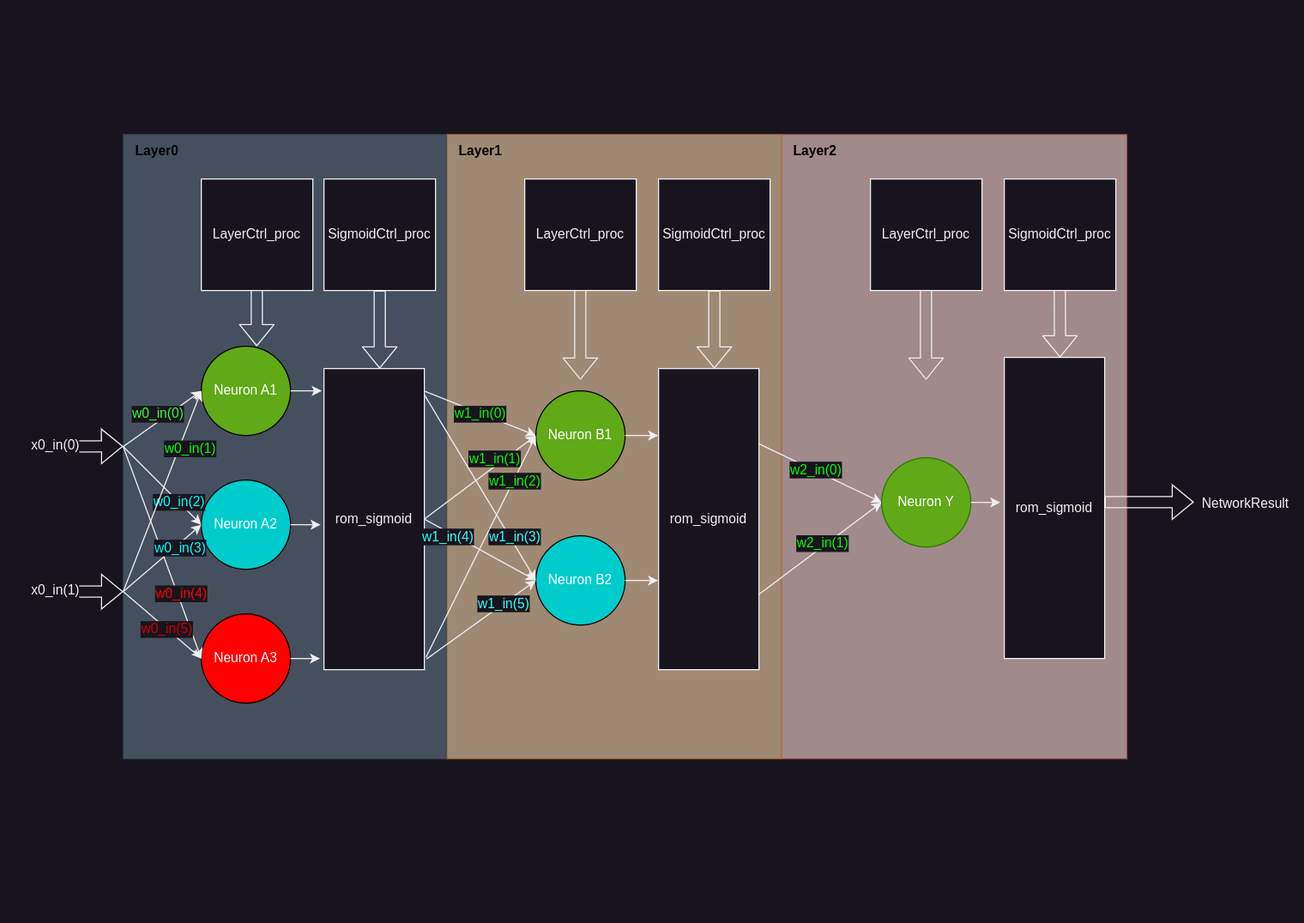
KrzysztofPr/Neural_network keeps this draw.io diagram as doc/Schematics-Neural_Network_scheme.drawio.png. Above is the earlier version. Source tidied: cells renumbered, new cells last; positions are measured from the earlier drawing's top-left corner, leaving out a move shared by most shapes.
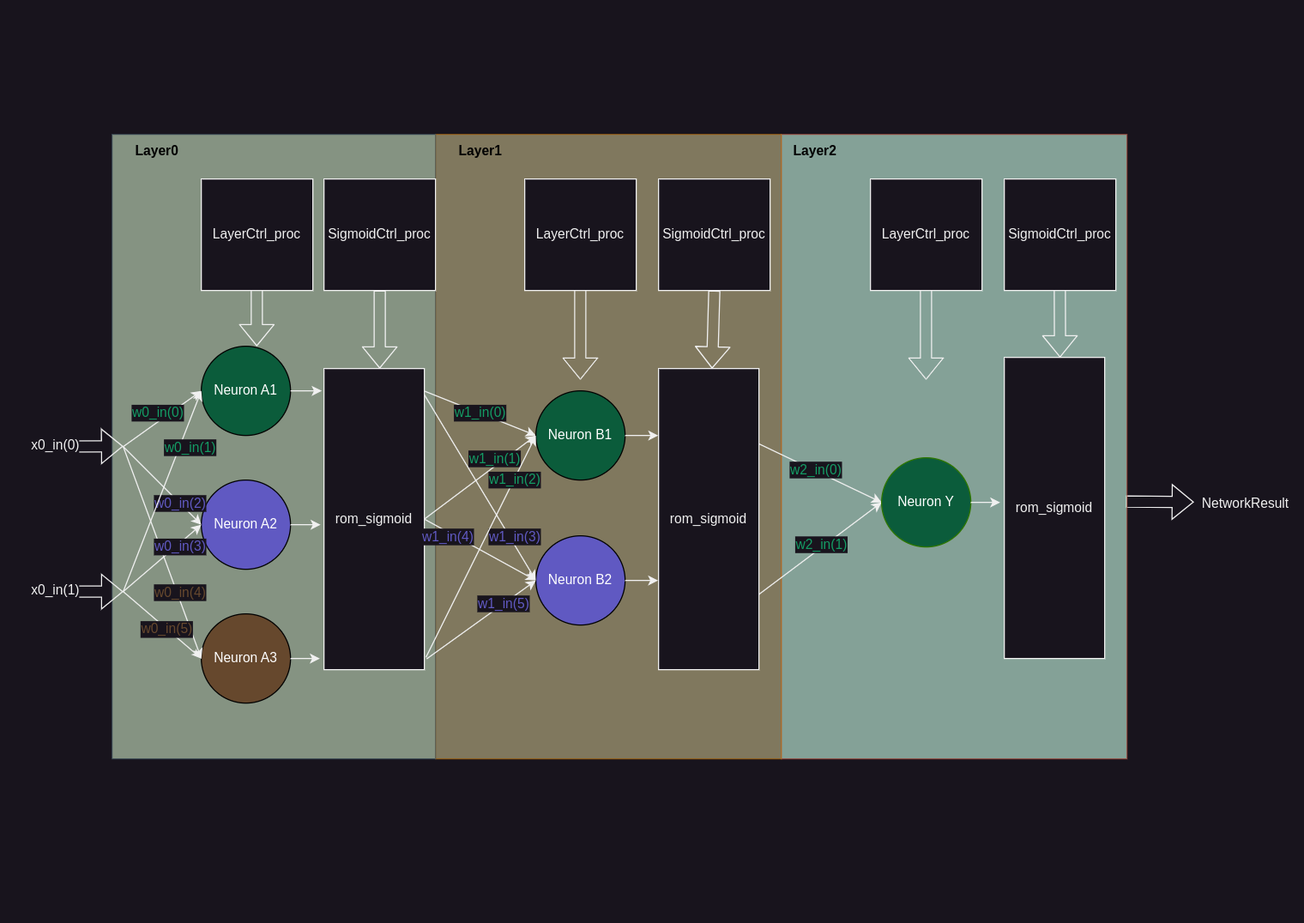
After the commit.

Change to the diagram source:
```diff
@@ -2,11 +2,16 @@
   <root>
     <mxCell id="0" />
     <mxCell id="1" parent="0" />
+    <mxCell id="67" style="shape=flexArrow;endArrow=classic;html=1;rounded=0;fontFamily=Helvetica;fontSize=12;fontColor=default;exitX=0.588;exitY=0.003;exitDx=0;exitDy=0;exitPerimeter=0;" parent="1" edge="1" source="2">
+      <mxGeometry relative="1" as="geometry">
+        <mxPoint x="1040" y="329.8" as="targetPoint" />
+      </mxGeometry>
+    </mxCell>
-    <mxCell id="2" style="rounded=0;whiteSpace=wrap;html=1;direction=south;fillColor=#fad9d5;strokeColor=#ae4132;opacity=60;" parent="1" vertex="1">
+    <mxCell id="2" style="rounded=0;whiteSpace=wrap;html=1;direction=south;fillColor=#CCFFE7;strokeColor=#ae4132;opacity=60;" parent="1" vertex="1">
       <mxGeometry x="670" width="310" height="560" as="geometry" />
     </mxCell>
-    <mxCell id="3" style="rounded=0;whiteSpace=wrap;html=1;direction=south;fillColor=#fad7ac;strokeColor=#b46504;opacity=60;" parent="1" vertex="1">
-      <mxGeometry x="370" width="300" height="560" as="geometry" />
+    <mxCell id="3" style="rounded=0;whiteSpace=wrap;html=1;direction=south;fillColor=#C4BB89;strokeColor=#b46504;opacity=60;" parent="1" vertex="1">
+      <mxGeometry x="360" width="310" height="560" as="geometry" />
     </mxCell>
     <mxCell id="4" style="shape=flexArrow;endArrow=classic;html=1;fontSize=12;exitX=0.5;exitY=1;exitDx=0;exitDy=0;" parent="1" edge="1">
       <mxGeometry relative="1" as="geometry">
@@ -14,16 +19,16 @@
         <mxPoint x="920" y="200.1" as="targetPoint" />
       </mxGeometry>
     </mxCell>
-    <mxCell id="5" style="rounded=0;whiteSpace=wrap;html=1;direction=south;fillColor=#647687;fontColor=#ffffff;strokeColor=#314354;opacity=60;" parent="1" vertex="1">
-      <mxGeometry x="80" width="290" height="560" as="geometry" />
+    <mxCell id="5" style="rounded=0;whiteSpace=wrap;html=1;direction=south;fillColor=#CDE8C5;fontColor=#ffffff;strokeColor=#314354;opacity=60;" parent="1" vertex="1">
+      <mxGeometry x="70" width="290" height="560" as="geometry" />
     </mxCell>
-    <mxCell id="6" value="Neuron A1" style="ellipse;whiteSpace=wrap;html=1;fillColor=#60a917;fontColor=#ffffff;strokeColor=#000000;" parent="1" vertex="1">
+    <mxCell id="6" value="Neuron A1" style="ellipse;whiteSpace=wrap;html=1;fillColor=#0B5C3B;fontColor=#ffffff;strokeColor=#000000;" parent="1" vertex="1">
       <mxGeometry x="150" y="190" width="80" height="80" as="geometry" />
     </mxCell>
-    <mxCell id="7" value="Neuron A2" style="ellipse;whiteSpace=wrap;html=1;fillColor=#00CCCC;fontColor=#ffffff;strokeColor=#000000;" parent="1" vertex="1">
+    <mxCell id="7" value="Neuron A2" style="ellipse;whiteSpace=wrap;html=1;fillColor=#6059C2;fontColor=#ffffff;strokeColor=#000000;" parent="1" vertex="1">
       <mxGeometry x="150" y="310" width="80" height="80" as="geometry" />
     </mxCell>
-    <mxCell id="8" value="Neuron A3" style="ellipse;whiteSpace=wrap;html=1;fillColor=#FF0000;fontColor=#ffffff;strokeColor=#000000;" parent="1" vertex="1">
+    <mxCell id="8" value="Neuron A3" style="ellipse;whiteSpace=wrap;html=1;fillColor=#66482D;fontColor=#ffffff;strokeColor=#000000;" parent="1" vertex="1">
       <mxGeometry x="150" y="430" width="80" height="80" as="geometry" />
     </mxCell>
     <mxCell id="9" style="endArrow=classic;html=1;exitX=1;exitY=0.5;exitDx=0;exitDy=0;endFill=1;" parent="1" edge="1">
@@ -32,7 +37,7 @@
         <mxPoint x="150" y="230" as="targetPoint" />
       </mxGeometry>
     </mxCell>
-    <mxCell id="10" value="&lt;font color=&quot;#33ff33&quot;&gt;w0_in(0)&lt;/font&gt;" style="edgeLabel;html=1;align=center;verticalAlign=middle;fontSize=12;" parent="9" vertex="1">
+    <mxCell id="10" value="&lt;font color=&quot;#139c64&quot;&gt;w0_in(0)&lt;/font&gt;" style="edgeLabel;html=1;align=center;verticalAlign=middle;fontSize=12;" parent="9" vertex="1">
       <mxGeometry x="-0.4" relative="1" as="geometry">
         <mxPoint x="9" y="-15" as="offset" />
       </mxGeometry>
@@ -42,7 +47,7 @@
         <mxPoint x="80" y="280" as="sourcePoint" />
       </mxGeometry>
     </mxCell>
-    <mxCell id="12" value="&lt;font color=&quot;#00ffff&quot;&gt;w0_in(2)&lt;/font&gt;" style="edgeLabel;html=1;align=center;verticalAlign=middle;fontSize=12;" parent="11" vertex="1">
+    <mxCell id="12" value="&lt;font color=&quot;#6059c2&quot;&gt;w0_in(2)&lt;/font&gt;" style="edgeLabel;html=1;align=center;verticalAlign=middle;fontSize=12;" parent="11" vertex="1">
       <mxGeometry x="0.23" relative="1" as="geometry">
         <mxPoint x="7" y="7" as="offset" />
       </mxGeometry>
@@ -52,7 +57,7 @@
         <mxPoint x="80" y="280" as="sourcePoint" />
       </mxGeometry>
     </mxCell>
-    <mxCell id="14" value="&lt;font color=&quot;#ff0000&quot;&gt;w0_in(4)&lt;/font&gt;" style="edgeLabel;html=1;align=center;verticalAlign=middle;fontSize=12;" parent="13" vertex="1">
+    <mxCell id="14" value="&lt;font color=&quot;#66482d&quot;&gt;w0_in(4)&lt;/font&gt;" style="edgeLabel;html=1;align=center;verticalAlign=middle;fontSize=12;" parent="13" vertex="1">
       <mxGeometry x="-0.13" y="2" relative="1" as="geometry">
         <mxPoint x="18" y="48" as="offset" />
       </mxGeometry>
@@ -62,7 +67,7 @@
         <mxPoint x="80" y="410" as="sourcePoint" />
       </mxGeometry>
     </mxCell>
-    <mxCell id="16" value="&lt;font color=&quot;#cc0000&quot;&gt;w0_in(5)&lt;/font&gt;" style="edgeLabel;html=1;align=center;verticalAlign=middle;fontSize=12;" parent="15" vertex="1">
+    <mxCell id="16" value="&lt;font color=&quot;#66482d&quot;&gt;w0_in(5)&lt;/font&gt;" style="edgeLabel;html=1;align=center;verticalAlign=middle;fontSize=12;" parent="15" vertex="1">
       <mxGeometry x="0.08" y="1" relative="1" as="geometry">
         <mxPoint y="2" as="offset" />
       </mxGeometry>
@@ -72,7 +77,7 @@
         <mxPoint x="80" y="410" as="sourcePoint" />
       </mxGeometry>
     </mxCell>
-    <mxCell id="18" value="&lt;font color=&quot;#00ffff&quot;&gt;w0_in(3)&lt;/font&gt;" style="edgeLabel;html=1;align=center;verticalAlign=middle;fontSize=12;" parent="17" vertex="1">
+    <mxCell id="18" value="&lt;font color=&quot;#6059c2&quot;&gt;w0_in(3)&lt;/font&gt;" style="edgeLabel;html=1;align=center;verticalAlign=middle;fontSize=12;" parent="17" vertex="1">
       <mxGeometry x="0.3" y="-1" relative="1" as="geometry">
         <mxPoint x="4" y="-2" as="offset" />
       </mxGeometry>
@@ -82,7 +87,7 @@
         <mxPoint x="80" y="410" as="sourcePoint" />
       </mxGeometry>
     </mxCell>
-    <mxCell id="20" value="&lt;font color=&quot;#00ff00&quot;&gt;w0_in(1)&lt;/font&gt;" style="edgeLabel;html=1;align=center;verticalAlign=middle;fontSize=12;" parent="19" vertex="1">
+    <mxCell id="20" value="&lt;font color=&quot;#139c64&quot;&gt;w0_in(1)&lt;/font&gt;" style="edgeLabel;html=1;align=center;verticalAlign=middle;fontSize=12;" parent="19" vertex="1">
       <mxGeometry x="-0.3" y="1" relative="1" as="geometry">
         <mxPoint x="36" y="-66" as="offset" />
       </mxGeometry>
@@ -99,7 +104,7 @@
     <mxCell id="23" style="rounded=0;jettySize=auto;html=1;exitX=0.075;exitY=-0.002;exitDx=0;exitDy=0;entryX=0;entryY=0.5;entryDx=0;entryDy=0;exitPerimeter=0;" parent="1" edge="1" source="28" target="35">
       <mxGeometry relative="1" as="geometry" />
     </mxCell>
-    <mxCell id="24" value="&lt;font color=&quot;#00ff00&quot;&gt;w1_in(0)&lt;/font&gt;" style="edgeLabel;html=1;align=center;verticalAlign=middle;fontSize=12;fontFamily=Helvetica;fontColor=default;" parent="23" vertex="1">
+    <mxCell id="24" value="&lt;font color=&quot;#139c64&quot;&gt;w1_in(0)&lt;/font&gt;" style="edgeLabel;html=1;align=center;verticalAlign=middle;fontSize=12;fontFamily=Helvetica;fontColor=default;" parent="23" vertex="1">
       <mxGeometry x="-0.02" relative="1" as="geometry" />
     </mxCell>
     <mxCell id="25" style="rounded=0;jettySize=auto;html=1;exitX=0.5;exitY=0;exitDx=0;exitDy=0;" parent="1" edge="1" source="28">
@@ -107,7 +112,7 @@
         <mxPoint x="450" y="270" as="targetPoint" />
       </mxGeometry>
     </mxCell>
-    <mxCell id="26" value="&lt;font color=&quot;#00ff00&quot;&gt;w1_in(1)&lt;/font&gt;" style="edgeLabel;html=1;align=center;verticalAlign=middle;fontSize=12;fontFamily=Helvetica;fontColor=default;" parent="25" vertex="1">
+    <mxCell id="26" value="&lt;font color=&quot;#139c64&quot;&gt;w1_in(1)&lt;/font&gt;" style="edgeLabel;html=1;align=center;verticalAlign=middle;fontSize=12;fontFamily=Helvetica;fontColor=default;" parent="25" vertex="1">
       <mxGeometry x="0.26" y="1" relative="1" as="geometry">
         <mxPoint y="-7" as="offset" />
       </mxGeometry>
@@ -138,10 +143,10 @@
     <mxCell id="34" value="LayerCtrl_proc" style="whiteSpace=wrap;html=1;fontSize=12;" parent="1" vertex="1">
       <mxGeometry x="150" y="40" width="100" height="100" as="geometry" />
     </mxCell>
-    <mxCell id="35" value="Neuron B1" style="ellipse;whiteSpace=wrap;html=1;fillColor=#60a917;fontColor=#ffffff;strokeColor=#000000;" parent="1" vertex="1">
+    <mxCell id="35" value="Neuron B1" style="ellipse;whiteSpace=wrap;html=1;fillColor=#0B5C3B;fontColor=#ffffff;strokeColor=#000000;" parent="1" vertex="1">
       <mxGeometry x="450" y="230" width="80" height="80" as="geometry" />
     </mxCell>
-    <mxCell id="36" value="Neuron B2" style="ellipse;whiteSpace=wrap;html=1;fillColor=#00CCCC;fontColor=#ffffff;strokeColor=#000000;" parent="1" vertex="1">
+    <mxCell id="36" value="Neuron B2" style="ellipse;whiteSpace=wrap;html=1;fillColor=#6059C2;fontColor=#ffffff;strokeColor=#000000;" parent="1" vertex="1">
       <mxGeometry x="450" y="360" width="80" height="80" as="geometry" />
     </mxCell>
     <mxCell id="37" style="shape=flexArrow;endArrow=classic;html=1;fontSize=12;exitX=0.5;exitY=1;exitDx=0;exitDy=0;entryX=0.393;entryY=0.581;entryDx=0;entryDy=0;entryPerimeter=0;" parent="1" edge="1">
@@ -156,7 +161,7 @@
     <mxCell id="39" style="rounded=0;jettySize=auto;html=1;exitX=0.25;exitY=0;exitDx=0;exitDy=0;entryX=0;entryY=0.5;entryDx=0;entryDy=0;" parent="1" edge="1" source="42" target="53">
       <mxGeometry relative="1" as="geometry" />
     </mxCell>
-    <mxCell id="40" value="&lt;font color=&quot;#00ff00&quot;&gt;w2_in(0)&lt;/font&gt;" style="edgeLabel;html=1;align=center;verticalAlign=middle;fontSize=12;fontFamily=Helvetica;fontColor=default;" parent="39" vertex="1">
+    <mxCell id="40" value="&lt;font color=&quot;#139c64&quot;&gt;w2_in(0)&lt;/font&gt;" style="edgeLabel;html=1;align=center;verticalAlign=middle;fontSize=12;fontFamily=Helvetica;fontColor=default;" parent="39" vertex="1">
       <mxGeometry x="-0.1" y="1" relative="1" as="geometry" />
     </mxCell>
     <mxCell id="41" style="rounded=0;jettySize=auto;html=1;exitX=0.75;exitY=0;exitDx=0;exitDy=0;entryX=0;entryY=0.5;entryDx=0;entryDy=0;" parent="1" edge="1" source="42" target="53">
@@ -183,7 +188,7 @@
     <mxCell id="48" style="rounded=0;jettySize=auto;html=1;exitX=0.088;exitY=-0.002;exitDx=0;exitDy=0;entryX=0;entryY=0.5;entryDx=0;entryDy=0;exitPerimeter=0;" parent="1" edge="1" source="28" target="36">
       <mxGeometry relative="1" as="geometry" />
     </mxCell>
-    <mxCell id="49" value="&lt;font color=&quot;#33ffff&quot;&gt;w1_in(3)&lt;/font&gt;" style="edgeLabel;html=1;align=center;verticalAlign=middle;fontSize=12;fontFamily=Helvetica;fontColor=default;" parent="48" vertex="1">
+    <mxCell id="49" value="&lt;font color=&quot;#6059c2&quot;&gt;w1_in(3)&lt;/font&gt;" style="edgeLabel;html=1;align=center;verticalAlign=middle;fontSize=12;fontFamily=Helvetica;fontColor=default;" parent="48" vertex="1">
       <mxGeometry x="0.48" y="-1" relative="1" as="geometry">
         <mxPoint x="7" y="3" as="offset" />
       </mxGeometry>
@@ -191,7 +196,7 @@
     <mxCell id="50" style="rounded=0;jettySize=auto;html=1;exitX=0.959;exitY=-0.016;exitDx=0;exitDy=0;entryX=0;entryY=0.5;entryDx=0;entryDy=0;exitPerimeter=0;" parent="1" edge="1" source="28" target="35">
       <mxGeometry relative="1" as="geometry" />
     </mxCell>
-    <mxCell id="51" value="&lt;font color=&quot;#00ff00&quot;&gt;w1_in(2)&lt;/font&gt;" style="edgeLabel;html=1;align=center;verticalAlign=middle;fontSize=12;fontFamily=Helvetica;fontColor=default;" parent="50" vertex="1">
+    <mxCell id="51" value="&lt;font color=&quot;#139c64&quot;&gt;w1_in(2)&lt;/font&gt;" style="edgeLabel;html=1;align=center;verticalAlign=middle;fontSize=12;fontFamily=Helvetica;fontColor=default;" parent="50" vertex="1">
       <mxGeometry x="0.43" relative="1" as="geometry">
         <mxPoint x="8" y="-17" as="offset" />
       </mxGeometry>
@@ -199,7 +204,7 @@
     <mxCell id="52" style="rounded=0;jettySize=auto;html=1;exitX=0.964;exitY=-0.024;exitDx=0;exitDy=0;entryX=0;entryY=0.5;entryDx=0;entryDy=0;exitPerimeter=0;" parent="1" edge="1" source="28" target="36">
       <mxGeometry relative="1" as="geometry" />
     </mxCell>
-    <mxCell id="53" value="Neuron Y" style="ellipse;whiteSpace=wrap;html=1;fillColor=#60a917;fontColor=#ffffff;strokeColor=#2D7600;" parent="1" vertex="1">
+    <mxCell id="53" value="Neuron Y" style="ellipse;whiteSpace=wrap;html=1;fillColor=#0B5C3B;fontColor=#ffffff;strokeColor=#2D7600;" parent="1" vertex="1">
       <mxGeometry x="760" y="290" width="80" height="80" as="geometry" />
     </mxCell>
     <mxCell id="54" style="shape=flexArrow;endArrow=classic;html=1;fontSize=12;exitX=0.5;exitY=1;exitDx=0;exitDy=0;entryX=0.393;entryY=0.581;entryDx=0;entryDy=0;entryPerimeter=0;" parent="1" edge="1">
@@ -222,15 +227,15 @@
     <mxCell id="58" value="LayerCtrl_proc" style="whiteSpace=wrap;html=1;fontSize=12;" parent="1" vertex="1">
       <mxGeometry x="750" y="40" width="100" height="100" as="geometry" />
     </mxCell>
-    <mxCell id="59" value="&lt;font color=&quot;#33ffff&quot;&gt;w1_in(4)&lt;/font&gt;" style="edgeLabel;html=1;align=center;verticalAlign=middle;fontSize=12;fontFamily=Helvetica;fontColor=default;" parent="1" vertex="1">
+    <mxCell id="59" value="&lt;font color=&quot;#6059c2&quot;&gt;w1_in(4)&lt;/font&gt;" style="edgeLabel;html=1;align=center;verticalAlign=middle;fontSize=12;fontFamily=Helvetica;fontColor=default;" parent="1" vertex="1">
       <mxGeometry x="370" y="360" as="geometry" />
     </mxCell>
-    <mxCell id="60" value="&lt;font color=&quot;#33ffff&quot;&gt;w1_in(5)&lt;/font&gt;" style="edgeLabel;html=1;align=center;verticalAlign=middle;fontSize=12;fontFamily=Helvetica;fontColor=default;" parent="1" vertex="1">
+    <mxCell id="60" value="&lt;font color=&quot;#6059c2&quot;&gt;w1_in(5)&lt;/font&gt;" style="edgeLabel;html=1;align=center;verticalAlign=middle;fontSize=12;fontFamily=Helvetica;fontColor=default;" parent="1" vertex="1">
       <mxGeometry x="420" y="420" as="geometry" />
     </mxCell>
-    <mxCell id="61" value="&lt;font color=&quot;#00ff00&quot;&gt;w2_in(1)&lt;/font&gt;" style="edgeLabel;html=1;align=center;verticalAlign=middle;fontSize=12;fontFamily=Helvetica;fontColor=default;" parent="1" vertex="1">
+    <mxCell id="61" value="&lt;font color=&quot;#139c64&quot;&gt;w2_in(1)&lt;/font&gt;" style="edgeLabel;html=1;align=center;verticalAlign=middle;fontSize=12;fontFamily=Helvetica;fontColor=default;" parent="1" vertex="1">
       <mxGeometry x="709.9" y="370" as="geometry">
-        <mxPoint x="-4" y="-4" as="offset" />
+        <mxPoint x="-5" y="-3" as="offset" />
       </mxGeometry>
     </mxCell>
     <mxCell id="62" value="&lt;font color=&quot;#000000&quot;&gt;Layer2&lt;/font&gt;" style="text;html=1;align=center;verticalAlign=middle;fontStyle=1;" parent="1" vertex="1">
@@ -254,12 +259,6 @@
     <mxCell id="66" value="x0_in(1)" style="edgeLabel;html=1;align=center;verticalAlign=middle;fontSize=12;fontFamily=Helvetica;fontColor=default;" parent="65" vertex="1">
       <mxGeometry x="-0.54" y="2" relative="1" as="geometry" />
     </mxCell>
-    <mxCell id="67" style="shape=flexArrow;endArrow=classic;html=1;rounded=0;fontFamily=Helvetica;fontSize=12;fontColor=default;" parent="1" edge="1">
-      <mxGeometry relative="1" as="geometry">
-        <mxPoint x="960" y="329.8" as="sourcePoint" />
-        <mxPoint x="1040" y="329.8" as="targetPoint" />
-      </mxGeometry>
-    </mxCell>
     <mxCell id="68" value="NetworkResult" style="edgeLabel;html=1;align=center;verticalAlign=middle;fontSize=12;fontFamily=Helvetica;fontColor=default;" parent="1" vertex="1">
       <mxGeometry x="1090" y="330" as="geometry">
         <mxPoint x="-5" as="offset" />
```
